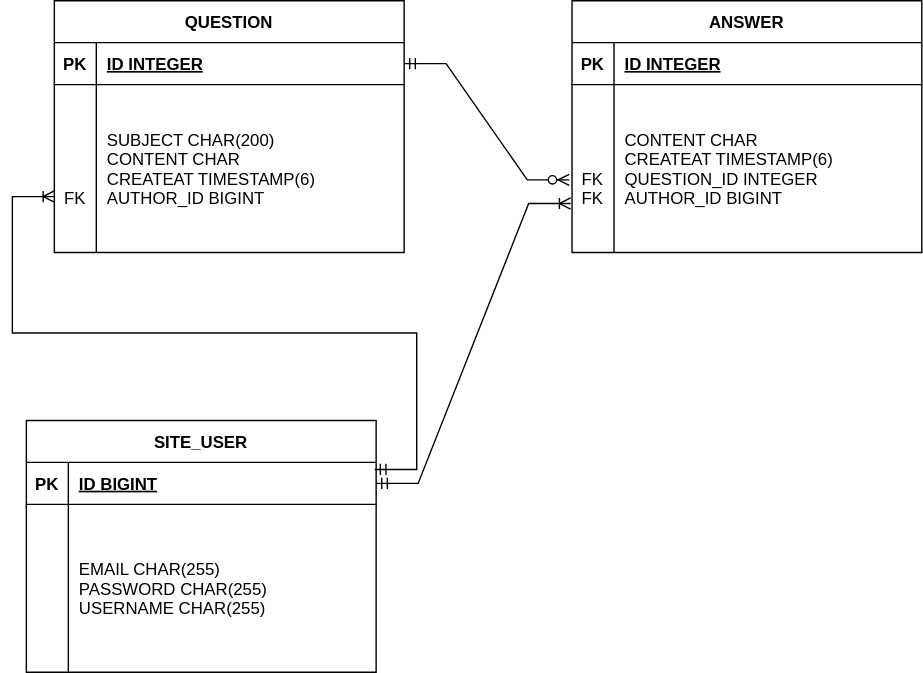
bumjin-handy/sbb5 keeps this draw.io diagram as document/diagram.svg. Above is the earlier version. Source tidied: cells renumbered, new cells last; positions are measured from the earlier drawing's top-left corner, leaving out a move shared by most shapes.
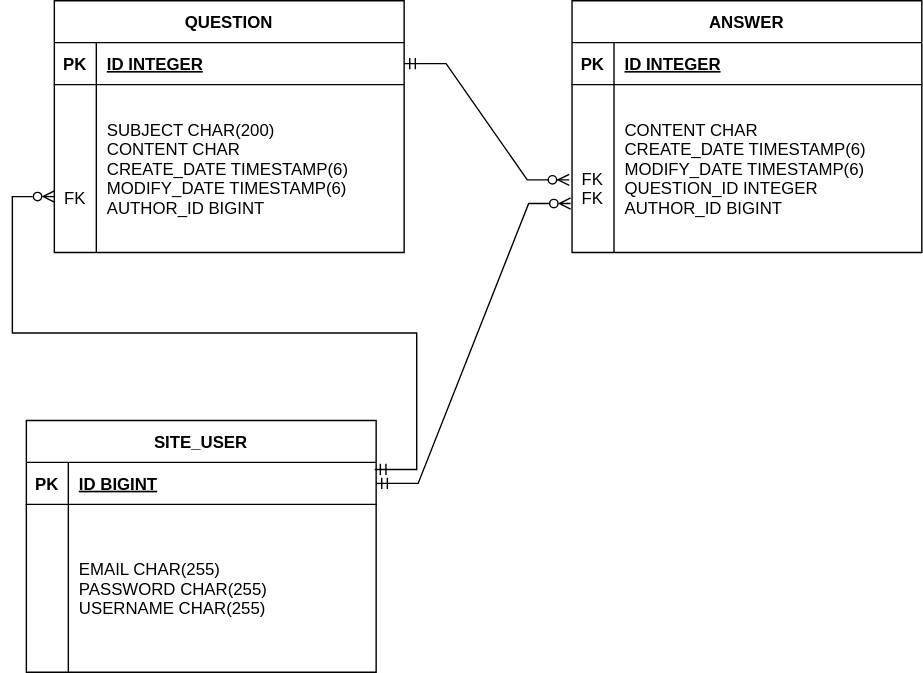
After the change.

Commit message:
diagram.svg 업데이트 - modify date추가

Diff of the diagram source:
```diff
@@ -20,7 +20,7 @@
     <mxCell id="7" value="&#10;&#10;&#10;FK" style="shape=partialRectangle;overflow=hidden;fillColor=none;top=0;left=0;bottom=0;right=0;" parent="6" vertex="1">
       <mxGeometry width="30" height="120" as="geometry" />
     </mxCell>
-    <mxCell id="8" value="SUBJECT CHAR(200)&#10;CONTENT CHAR&#10;CREATEAT TIMESTAMP(6)&#10;AUTHOR_ID BIGINT" style="shape=partialRectangle;overflow=hidden;fillColor=none;top=0;left=0;bottom=0;right=0;align=left;spacingLeft=6;" parent="6" vertex="1">
+    <mxCell id="8" value="SUBJECT CHAR(200)&#10;CONTENT CHAR&#10;CREATE_DATE TIMESTAMP(6)&#10;MODIFY_DATE TIMESTAMP(6)&#10;AUTHOR_ID BIGINT" style="shape=partialRectangle;overflow=hidden;fillColor=none;top=0;left=0;bottom=0;right=0;align=left;spacingLeft=6;" parent="6" vertex="1">
       <mxGeometry x="30" width="220" height="120" as="geometry" />
     </mxCell>
     <mxCell id="9" value="ANSWER" style="shape=table;startSize=30;rowLines=0;fontStyle=1;align=center;" parent="1" vertex="1">
@@ -41,7 +41,7 @@
     <mxCell id="14" value="&#10;&#10;FK&#10;FK" style="shape=partialRectangle;overflow=hidden;fillColor=none;top=0;left=0;bottom=0;right=0;" parent="13" vertex="1">
       <mxGeometry width="30" height="120" as="geometry" />
     </mxCell>
-    <mxCell id="15" value="CONTENT CHAR&#10;CREATEAT TIMESTAMP(6)&#10;QUESTION_ID INTEGER&#10;AUTHOR_ID BIGINT" style="shape=partialRectangle;overflow=hidden;fillColor=none;top=0;left=0;bottom=0;right=0;align=left;spacingLeft=6;" parent="13" vertex="1">
+    <mxCell id="15" value="CONTENT CHAR&#10;CREATE_DATE TIMESTAMP(6)&#10;MODIFY_DATE TIMESTAMP(6)&#10;QUESTION_ID INTEGER&#10;AUTHOR_ID BIGINT" style="shape=partialRectangle;overflow=hidden;fillColor=none;top=0;left=0;bottom=0;right=0;align=left;spacingLeft=6;" parent="13" vertex="1">
       <mxGeometry x="30" width="220" height="120" as="geometry" />
     </mxCell>
     <mxCell id="16" style="edgeStyle=entityRelationEdgeStyle;fontSize=12;html=1;endArrow=ERzeroToMany;startArrow=ERmandOne;rounded=0;exitX=1;exitY=0.5;exitDx=0;exitDy=0;entryX=-0.008;entryY=0.567;entryDx=0;entryDy=0;entryPerimeter=0;" parent="1" edge="1" source="3" target="13">
@@ -72,12 +72,12 @@
     <mxCell id="23" value="EMAIL CHAR(255)&#10;PASSWORD CHAR(255)&#10;USERNAME CHAR(255)" style="shape=partialRectangle;overflow=hidden;fillColor=none;top=0;left=0;bottom=0;right=0;align=left;spacingLeft=6;" parent="21" vertex="1">
       <mxGeometry x="30" width="220" height="120" as="geometry" />
     </mxCell>
-    <mxCell id="24" style="edgeStyle=entityRelationEdgeStyle;fontSize=12;html=1;endArrow=ERoneToMany;startArrow=ERmandOne;rounded=0;exitX=0.996;exitY=0.167;exitDx=0;exitDy=0;exitPerimeter=0;" parent="1" edge="1" source="18">
+    <mxCell id="24" style="edgeStyle=entityRelationEdgeStyle;fontSize=12;html=1;endArrow=ERzeroToMany;startArrow=ERmandOne;rounded=0;exitX=0.996;exitY=0.167;exitDx=0;exitDy=0;exitPerimeter=0;endFill=0;" parent="1" edge="1" source="18">
       <mxGeometry relative="1" as="geometry">
         <mxPoint x="20" y="140" as="targetPoint" />
       </mxGeometry>
     </mxCell>
-    <mxCell id="25" style="edgeStyle=entityRelationEdgeStyle;fontSize=12;html=1;endArrow=ERoneToMany;startArrow=ERmandOne;rounded=0;entryX=-0.004;entryY=0.708;entryDx=0;entryDy=0;entryPerimeter=0;exitX=1;exitY=0.5;exitDx=0;exitDy=0;" parent="1" edge="1" source="18" target="13">
+    <mxCell id="25" style="edgeStyle=entityRelationEdgeStyle;fontSize=12;html=1;endArrow=ERzeroToMany;startArrow=ERmandOne;rounded=0;entryX=-0.004;entryY=0.708;entryDx=0;entryDy=0;entryPerimeter=0;exitX=1;exitY=0.5;exitDx=0;exitDy=0;endFill=0;" parent="1" edge="1" source="18" target="13">
       <mxGeometry relative="1" as="geometry">
         <Array as="points">
           <mxPoint x="290" y="353" />
```
